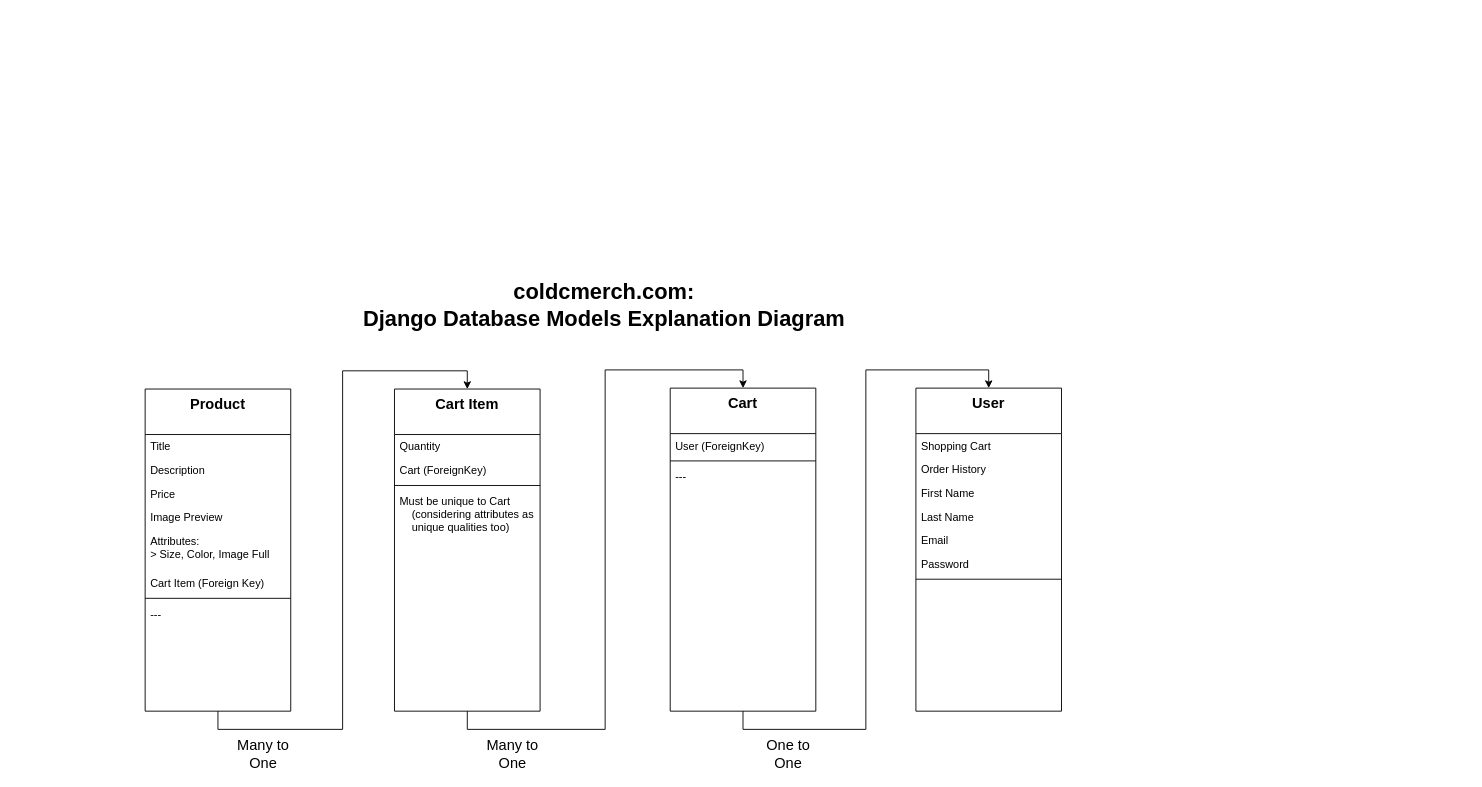
Before: readme_img/Untitled Diagram.drawio in CoreyWarren/coldcmerch.com, a draw.io diagram. Source tidied: cells renumbered, new cells numbered last; positions are measured from the earlier drawing's top-left corner, leaving out a move shared by most shapes. Both pictures are drawn from the tidied source at 91%, with x=0, y=0 at pixel (145, 287).
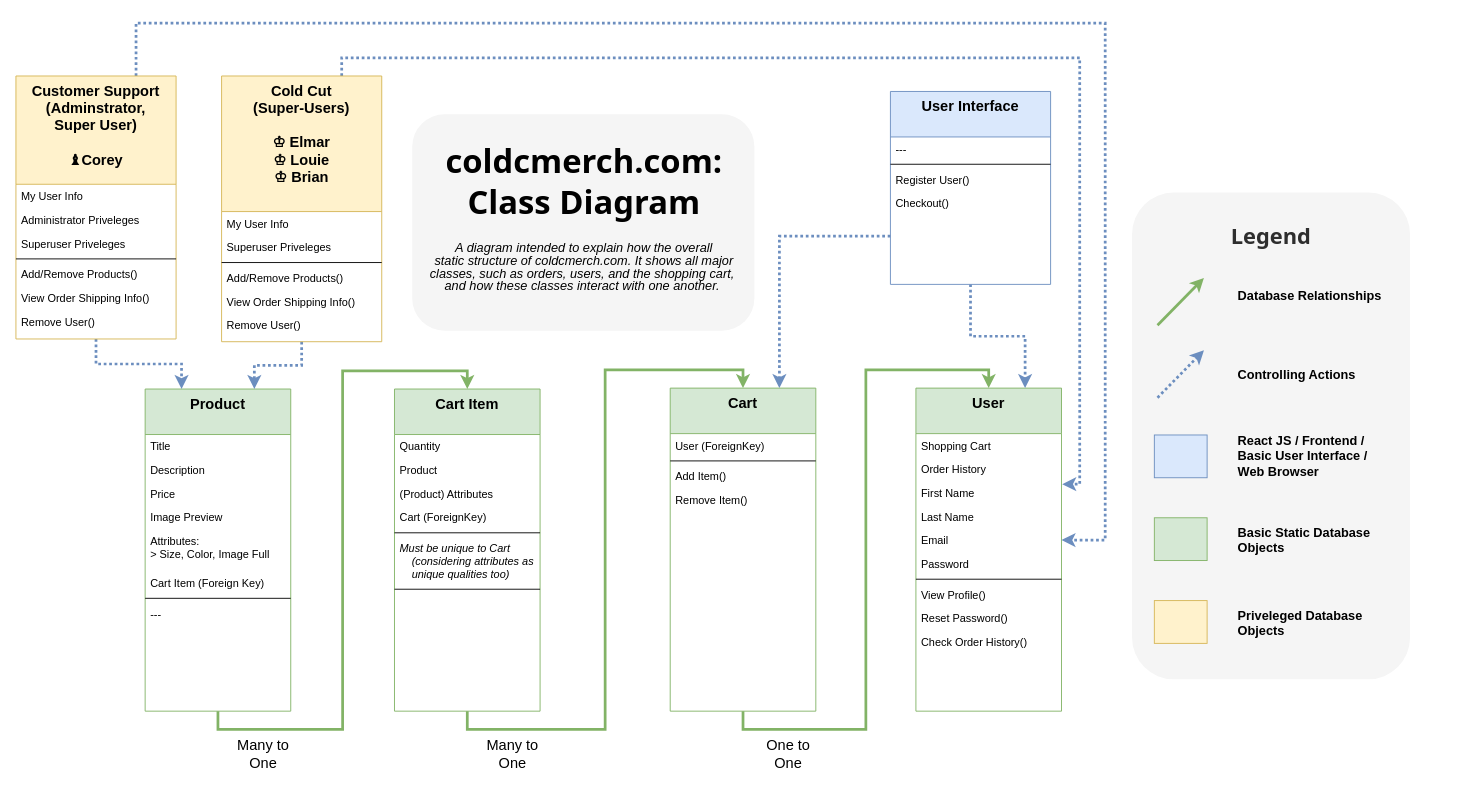
After the change.

The change refers to these unchanged cells:
```xml
<mxCell id="21" value="First Name" style="text;align=left;verticalAlign=top;spacingLeft=4;spacingRight=4;overflow=hidden;points=[[0,0.5],[1,0.5]];portConstraint=eastwest;" parent="18" vertex="1">
  <mxGeometry y="102" width="160" height="26" as="geometry" />
</mxCell>
<mxCell id="23" value="Email" style="text;align=left;verticalAlign=top;spacingLeft=4;spacingRight=4;overflow=hidden;points=[[0,0.5],[1,0.5]];portConstraint=eastwest;" parent="18" vertex="1">
  <mxGeometry y="154" width="160" height="26" as="geometry" />
</mxCell>
```

The edit, as a diff of the source:
```diff
@@
+    <mxCell id="35" style="rounded=1;whiteSpace=wrap;html=1;fontSize=14;fillColor=#f5f5f5;strokeColor=none;fontColor=#333333;" parent="1" vertex="1">
+      <mxGeometry x="1084.5" y="-104" width="305.5" height="535" as="geometry" />
+    </mxCell>
+    <mxCell id="36" style="rounded=1;whiteSpace=wrap;html=1;fontSize=14;fillColor=#f5f5f5;strokeColor=none;fontColor=#333333;" parent="1" vertex="1">
+      <mxGeometry x="293.5" y="-190" width="376" height="238" as="geometry" />
+    </mxCell>
-    <mxCell id="2" style="edgeStyle=orthogonalEdgeStyle;rounded=0;jettySize=auto;html=1;exitX=0.5;exitY=1;exitDx=0;exitDy=0;entryX=0.5;entryY=0;entryDx=0;entryDy=0;fontSize=16;" parent="1" edge="1" source="3" target="27">
+    <mxCell id="2" style="edgeStyle=orthogonalEdgeStyle;rounded=0;jettySize=auto;html=1;exitX=0.5;exitY=1;exitDx=0;exitDy=0;entryX=0.5;entryY=0;entryDx=0;entryDy=0;fontSize=16;fillColor=#d5e8d4;strokeColor=#82b366;strokeWidth=3;" parent="1" edge="1" source="3" target="27">
       <mxGeometry relative="1" as="geometry" />
     </mxCell>
-    <mxCell id="3" value="Cart Item" style="swimlane;fontStyle=1;align=center;verticalAlign=top;horizontal=1;startSize=50;rounded=0;shadow=0;strokeWidth=1;fontSize=16;" parent="1" vertex="1">
+    <mxCell id="3" value="Cart Item" style="swimlane;fontStyle=1;align=center;verticalAlign=top;horizontal=1;startSize=50;rounded=0;shadow=0;strokeWidth=1;fontSize=16;fillColor=#d5e8d4;strokeColor=#82b366;" parent="1" vertex="1">
       <mxGeometry x="274" y="112" width="160" height="354" as="geometry" />
     </mxCell>
@@
+    <mxCell id="37" value="Product" style="text;align=left;verticalAlign=top;spacingLeft=4;spacingRight=4;overflow=hidden;rounded=0;shadow=0;html=0;" parent="3" vertex="1">
+      <mxGeometry y="76" width="160" height="26" as="geometry" />
+    </mxCell>
+    <mxCell id="38" value="(Product) Attributes" style="text;align=left;verticalAlign=top;spacingLeft=4;spacingRight=4;overflow=hidden;rounded=0;shadow=0;html=0;" parent="3" vertex="1">
+      <mxGeometry y="102" width="160" height="26" as="geometry" />
+    </mxCell>
     <mxCell id="5" value="Cart (ForeignKey)" style="text;align=left;verticalAlign=top;spacingLeft=4;spacingRight=4;overflow=hidden;" parent="3" vertex="1">
-      <mxGeometry y="76" width="160" height="26" as="geometry" />
+      <mxGeometry y="128" width="160" height="26" as="geometry" />
     </mxCell>
     <mxCell id="6" style="line;html=1;strokeWidth=1;align=left;verticalAlign=middle;spacingTop=-1;spacingLeft=3;spacingRight=3;labelPosition=right;" parent="3" vertex="1">
-      <mxGeometry y="102" width="160" height="8" as="geometry" />
+      <mxGeometry y="154" width="160" height="8" as="geometry" />
     </mxCell>
-    <mxCell id="7" value="Must be unique to Cart &#10;    (considering attributes as&#10;    unique qualities too)" style="text;align=left;verticalAlign=top;spacingLeft=4;spacingRight=4;overflow=hidden;" parent="3" vertex="1">
-      <mxGeometry y="110" width="160" height="54" as="geometry" />
+    <mxCell id="7" value="Must be unique to Cart &#10;    (considering attributes as&#10;    unique qualities too)" style="text;align=left;verticalAlign=top;spacingLeft=4;spacingRight=4;overflow=hidden;fontStyle=2;" parent="3" vertex="1">
+      <mxGeometry y="162" width="160" height="54" as="geometry" />
     </mxCell>
+    <mxCell id="39" style="line;html=1;strokeWidth=1;align=left;verticalAlign=middle;spacingTop=-1;spacingLeft=3;spacingRight=3;labelPosition=right;" parent="3" vertex="1">
+      <mxGeometry y="216" width="160" height="8" as="geometry" />
+    </mxCell>
-    <mxCell id="8" style="edgeStyle=orthogonalEdgeStyle;rounded=0;jettySize=auto;html=1;exitX=0.5;exitY=1;exitDx=0;exitDy=0;entryX=0.5;entryY=0;entryDx=0;entryDy=0;fontSize=16;" parent="1" edge="1" source="9" target="3">
+    <mxCell id="8" style="edgeStyle=orthogonalEdgeStyle;rounded=0;jettySize=auto;html=1;exitX=0.5;exitY=1;exitDx=0;exitDy=0;entryX=0.5;entryY=0;entryDx=0;entryDy=0;fontSize=16;fillColor=#d5e8d4;strokeColor=#82b366;strokeWidth=3;" parent="1" edge="1" source="9" target="3">
       <mxGeometry relative="1" as="geometry" />
     </mxCell>
-    <mxCell id="9" value="Product" style="swimlane;fontStyle=1;align=center;verticalAlign=top;horizontal=1;startSize=50;rounded=0;shadow=0;strokeWidth=1;fontSize=16;" parent="1" vertex="1">
+    <mxCell id="9" value="Product" style="swimlane;fontStyle=1;align=center;verticalAlign=top;horizontal=1;startSize=50;rounded=0;shadow=0;strokeWidth=1;fontSize=16;fillColor=#d5e8d4;strokeColor=#82b366;" parent="1" vertex="1">
       <mxGeometry y="112" width="160" height="354" as="geometry" />
     </mxCell>
@@
-    <mxCell id="18" value="User" style="swimlane;fontStyle=1;align=center;verticalAlign=top;horizontal=1;startSize=50;rounded=0;shadow=0;strokeWidth=1;fontSize=16;" parent="1" vertex="1">
+    <mxCell id="18" value="User" style="swimlane;fontStyle=1;align=center;verticalAlign=top;horizontal=1;startSize=50;rounded=0;shadow=0;strokeWidth=1;fontSize=16;fillColor=#d5e8d4;strokeColor=#82b366;" parent="1" vertex="1">
       <mxGeometry x="847" y="111" width="160" height="355" as="geometry" />
     </mxCell>
@@
+    <mxCell id="40" value="View Profile()" style="text;align=left;verticalAlign=top;spacingLeft=4;spacingRight=4;overflow=hidden;" parent="18" vertex="1">
+      <mxGeometry y="214" width="160" height="26" as="geometry" />
+    </mxCell>
+    <mxCell id="41" value="Reset Password()" style="text;align=left;verticalAlign=top;spacingLeft=4;spacingRight=4;overflow=hidden;" parent="18" vertex="1">
+      <mxGeometry y="240" width="160" height="26" as="geometry" />
+    </mxCell>
+    <mxCell id="42" value="Check Order History()" style="text;align=left;verticalAlign=top;spacingLeft=4;spacingRight=4;overflow=hidden;" parent="18" vertex="1">
+      <mxGeometry y="266" width="160" height="26" as="geometry" />
+    </mxCell>
-    <mxCell id="26" style="edgeStyle=orthogonalEdgeStyle;rounded=0;jettySize=auto;html=1;exitX=0.5;exitY=1;exitDx=0;exitDy=0;entryX=0.5;entryY=0;entryDx=0;entryDy=0;fontSize=16;" parent="1" edge="1" source="27" target="18">
+    <mxCell id="26" style="edgeStyle=orthogonalEdgeStyle;rounded=0;jettySize=auto;html=1;exitX=0.5;exitY=1;exitDx=0;exitDy=0;entryX=0.5;entryY=0;entryDx=0;entryDy=0;fontSize=16;fillColor=#d5e8d4;strokeColor=#82b366;strokeWidth=3;" parent="1" edge="1" source="27" target="18">
       <mxGeometry relative="1" as="geometry" />
     </mxCell>
-    <mxCell id="27" value="Cart" style="swimlane;fontStyle=1;align=center;verticalAlign=top;horizontal=1;startSize=50;rounded=0;shadow=0;strokeWidth=1;fontSize=16;" parent="1" vertex="1">
+    <mxCell id="27" value="Cart" style="swimlane;fontStyle=1;align=center;verticalAlign=top;horizontal=1;startSize=50;rounded=0;shadow=0;strokeWidth=1;fontSize=16;fillColor=#d5e8d4;strokeColor=#82b366;" parent="1" vertex="1">
       <mxGeometry x="577" y="111" width="160" height="355" as="geometry" />
     </mxCell>
@@
-    <mxCell id="30" value="---" style="text;align=left;verticalAlign=top;spacingLeft=4;spacingRight=4;overflow=hidden;" parent="27" vertex="1">
-      <mxGeometry y="84" width="160" height="26" as="geometry" />
-    </mxCell>
+    <mxCell id="43" value="Add Item()" style="text;align=left;verticalAlign=top;spacingLeft=4;spacingRight=4;overflow=hidden;" parent="27" vertex="1">
+      <mxGeometry y="84" width="160" height="26" as="geometry" />
+    </mxCell>
+    <mxCell id="44" value="Remove Item()" style="text;align=left;verticalAlign=top;spacingLeft=4;spacingRight=4;overflow=hidden;" parent="27" vertex="1">
+      <mxGeometry y="110" width="160" height="26" as="geometry" />
+    </mxCell>
@@
-    <mxCell id="34" value="coldcmerch.com:&lt;br&gt;Django Database Models Explanation Diagram" style="text;strokeColor=none;fillColor=none;html=1;fontSize=24;fontStyle=1;verticalAlign=middle;align=center;" parent="1" vertex="1">
-      <mxGeometry x="289" width="430" height="40" as="geometry" />
+    <mxCell id="34" value="&lt;font style=&quot;font-size: 36px;&quot;&gt;&lt;font style=&quot;font-size: 36px;&quot; face=&quot;Tahoma&quot;&gt;coldcmerch.com:&lt;br&gt;Class Diagram&lt;/font&gt;&lt;br&gt;&lt;/font&gt;" style="text;strokeColor=none;fillColor=none;html=1;fontSize=24;fontStyle=1;verticalAlign=middle;align=center;" parent="1" vertex="1">
+      <mxGeometry x="267" y="-168" width="429" height="103" as="geometry" />
     </mxCell>
+    <mxCell id="45" style="edgeStyle=orthogonalEdgeStyle;rounded=0;jettySize=auto;html=1;exitX=0.5;exitY=1;exitDx=0;exitDy=0;entryX=0.25;entryY=0;entryDx=0;entryDy=0;fontSize=32;fillColor=#dae8fc;strokeColor=#6c8ebf;strokeWidth=3;dashed=1;dashPattern=1 1;" parent="1" edge="1" source="47" target="9">
+      <mxGeometry relative="1" as="geometry" />
+    </mxCell>
+    <mxCell id="46" style="edgeStyle=orthogonalEdgeStyle;rounded=0;jettySize=auto;html=1;exitX=0.75;exitY=0;exitDx=0;exitDy=0;entryX=1;entryY=0.5;entryDx=0;entryDy=0;fontSize=32;fillColor=#dae8fc;strokeColor=#6c8ebf;strokeWidth=3;dashed=1;dashPattern=1 1;" parent="1" edge="1" source="47" target="23">
+      <mxGeometry relative="1" as="geometry">
+        <Array as="points">
+          <mxPoint x="-10" y="-290" />
+          <mxPoint x="1055" y="-290" />
+          <mxPoint x="1055" y="278" />
+        </Array>
+      </mxGeometry>
+    </mxCell>
+    <mxCell id="47" value="Customer Support&#10;(Adminstrator,&#10;Super User)&#10;&#10;♝Corey" style="swimlane;fontStyle=1;align=center;verticalAlign=top;horizontal=1;startSize=119;rounded=0;shadow=0;strokeWidth=1;fontSize=16;fillColor=#fff2cc;strokeColor=#d6b656;" parent="1" vertex="1">
+      <mxGeometry x="-142" y="-232" width="176" height="289" as="geometry" />
+    </mxCell>
+    <mxCell id="48" value="My User Info" style="text;align=left;verticalAlign=top;spacingLeft=4;spacingRight=4;overflow=hidden;" parent="47" vertex="1">
+      <mxGeometry y="119" width="176" height="26" as="geometry" />
+    </mxCell>
+    <mxCell id="49" value="Administrator Priveleges" style="text;align=left;verticalAlign=top;spacingLeft=4;spacingRight=4;overflow=hidden;" parent="47" vertex="1">
+      <mxGeometry y="145" width="176" height="26" as="geometry" />
+    </mxCell>
+    <mxCell id="50" value="Superuser Priveleges" style="text;align=left;verticalAlign=top;spacingLeft=4;spacingRight=4;overflow=hidden;" parent="47" vertex="1">
+      <mxGeometry y="171" width="176" height="26" as="geometry" />
+    </mxCell>
+    <mxCell id="51" style="line;html=1;strokeWidth=1;align=left;verticalAlign=middle;spacingTop=-1;spacingLeft=3;spacingRight=3;labelPosition=right;" parent="47" vertex="1">
+      <mxGeometry y="197" width="176" height="8" as="geometry" />
+    </mxCell>
+    <mxCell id="52" value="Add/Remove Products()" style="text;align=left;verticalAlign=top;spacingLeft=4;spacingRight=4;overflow=hidden;" parent="47" vertex="1">
+      <mxGeometry y="205" width="176" height="26" as="geometry" />
+    </mxCell>
+    <mxCell id="53" value="View Order Shipping Info()" style="text;align=left;verticalAlign=top;spacingLeft=4;spacingRight=4;overflow=hidden;" parent="47" vertex="1">
+      <mxGeometry y="231" width="176" height="26" as="geometry" />
+    </mxCell>
+    <mxCell id="54" value="Remove User()" style="text;align=left;verticalAlign=top;spacingLeft=4;spacingRight=4;overflow=hidden;" parent="47" vertex="1">
+      <mxGeometry y="257" width="176" height="26" as="geometry" />
+    </mxCell>
+    <mxCell id="55" style="edgeStyle=orthogonalEdgeStyle;rounded=0;jettySize=auto;html=1;exitX=0;exitY=0.75;exitDx=0;exitDy=0;entryX=0.75;entryY=0;entryDx=0;entryDy=0;fontSize=32;fillColor=#dae8fc;strokeColor=#6c8ebf;dashed=1;dashPattern=1 1;strokeWidth=3;" parent="1" edge="1" source="57" target="27">
+      <mxGeometry relative="1" as="geometry" />
+    </mxCell>
+    <mxCell id="56" style="edgeStyle=orthogonalEdgeStyle;rounded=0;jettySize=auto;html=1;exitX=0.5;exitY=1;exitDx=0;exitDy=0;entryX=0.75;entryY=0;entryDx=0;entryDy=0;fontSize=32;fillColor=#dae8fc;strokeColor=#6c8ebf;dashed=1;dashPattern=1 1;strokeWidth=3;" parent="1" edge="1" source="57" target="18">
+      <mxGeometry relative="1" as="geometry" />
+    </mxCell>
+    <mxCell id="57" value="User Interface" style="swimlane;fontStyle=1;align=center;verticalAlign=top;horizontal=1;startSize=50;rounded=0;shadow=0;strokeWidth=1;fontSize=16;fillColor=#dae8fc;strokeColor=#6c8ebf;" parent="1" vertex="1">
+      <mxGeometry x="819" y="-215" width="176" height="212" as="geometry" />
+    </mxCell>
+    <mxCell id="58" value="---" style="text;align=left;verticalAlign=top;spacingLeft=4;spacingRight=4;overflow=hidden;" parent="57" vertex="1">
+      <mxGeometry y="50" width="176" height="26" as="geometry" />
+    </mxCell>
+    <mxCell id="59" style="line;html=1;strokeWidth=1;align=left;verticalAlign=middle;spacingTop=-1;spacingLeft=3;spacingRight=3;labelPosition=right;" parent="57" vertex="1">
+      <mxGeometry y="76" width="176" height="8" as="geometry" />
+    </mxCell>
+    <mxCell id="60" value="Register User()" style="text;align=left;verticalAlign=top;spacingLeft=4;spacingRight=4;overflow=hidden;" parent="57" vertex="1">
+      <mxGeometry y="84" width="176" height="26" as="geometry" />
+    </mxCell>
+    <mxCell id="30" value="Checkout()" style="text;align=left;verticalAlign=top;spacingLeft=4;spacingRight=4;overflow=hidden;" parent="57" vertex="1">
+      <mxGeometry y="110" width="176" height="26" as="geometry" />
+    </mxCell>
+    <mxCell id="61" style="edgeStyle=orthogonalEdgeStyle;rounded=0;jettySize=auto;html=1;exitX=0.5;exitY=1;exitDx=0;exitDy=0;entryX=0.75;entryY=0;entryDx=0;entryDy=0;fontSize=32;fillColor=#dae8fc;strokeColor=#6c8ebf;strokeWidth=3;dashed=1;dashPattern=1 1;" parent="1" edge="1" source="63" target="9">
+      <mxGeometry relative="1" as="geometry" />
+    </mxCell>
+    <mxCell id="62" style="edgeStyle=orthogonalEdgeStyle;rounded=0;jettySize=auto;html=1;exitX=0.75;exitY=0;exitDx=0;exitDy=0;entryX=1.005;entryY=0.14;entryDx=0;entryDy=0;entryPerimeter=0;fontSize=32;fillColor=#dae8fc;strokeColor=#6c8ebf;strokeWidth=3;dashed=1;dashPattern=1 1;" parent="1" edge="1" source="63" target="21">
+      <mxGeometry relative="1" as="geometry" />
+    </mxCell>
+    <mxCell id="63" value="Cold Cut&#10;(Super-Users)&#10;&#10;♔ Elmar&#10;♔ Louie&#10;♔ Brian" style="swimlane;fontStyle=1;align=center;verticalAlign=top;horizontal=1;startSize=149;rounded=0;shadow=0;strokeWidth=1;fontSize=16;fillColor=#fff2cc;strokeColor=#d6b656;" parent="1" vertex="1">
+      <mxGeometry x="84" y="-232" width="176" height="292" as="geometry" />
+    </mxCell>
+    <mxCell id="64" value="My User Info" style="text;align=left;verticalAlign=top;spacingLeft=4;spacingRight=4;overflow=hidden;" parent="63" vertex="1">
+      <mxGeometry y="149" width="176" height="26" as="geometry" />
+    </mxCell>
+    <mxCell id="65" value="Superuser Priveleges" style="text;align=left;verticalAlign=top;spacingLeft=4;spacingRight=4;overflow=hidden;" parent="63" vertex="1">
+      <mxGeometry y="175" width="176" height="26" as="geometry" />
+    </mxCell>
+    <mxCell id="66" style="line;html=1;strokeWidth=1;align=left;verticalAlign=middle;spacingTop=-1;spacingLeft=3;spacingRight=3;labelPosition=right;" parent="63" vertex="1">
+      <mxGeometry y="201" width="176" height="8" as="geometry" />
+    </mxCell>
+    <mxCell id="67" value="Add/Remove Products()" style="text;align=left;verticalAlign=top;spacingLeft=4;spacingRight=4;overflow=hidden;" parent="63" vertex="1">
+      <mxGeometry y="209" width="176" height="26" as="geometry" />
+    </mxCell>
+    <mxCell id="68" value="View Order Shipping Info()" style="text;align=left;verticalAlign=top;spacingLeft=4;spacingRight=4;overflow=hidden;" parent="63" vertex="1">
+      <mxGeometry y="235" width="176" height="26" as="geometry" />
+    </mxCell>
+    <mxCell id="69" value="Remove User()" style="text;align=left;verticalAlign=top;spacingLeft=4;spacingRight=4;overflow=hidden;" parent="63" vertex="1">
+      <mxGeometry y="261" width="176" height="26" as="geometry" />
+    </mxCell>
+    <mxCell id="70" value="&lt;font style=&quot;line-height: 0.5; font-size: 14px;&quot;&gt;&lt;div style=&quot;line-height: 1;&quot;&gt;&lt;i&gt;&lt;div style=&quot;line-height: 1;&quot;&gt;A diagram intended to explain how the overall&lt;/div&gt;&lt;div style=&quot;line-height: 1;&quot;&gt;static structure of coldcmerch.com. It shows all major&lt;/div&gt;&lt;div style=&quot;line-height: 1;&quot;&gt;classes, such as orders, users, and the shopping cart,&amp;nbsp;&lt;/div&gt;&lt;div style=&quot;line-height: 1;&quot;&gt;and&amp;nbsp;&lt;span style=&quot;background-color: initial;&quot;&gt;how these classes interact with one another.&amp;nbsp;&lt;/span&gt;&lt;/div&gt;&lt;/i&gt;&lt;/div&gt;&lt;/font&gt;" style="text;html=1;align=center;verticalAlign=middle;strokeColor=none;fillColor=none;fontSize=32;" parent="1" vertex="1">
+      <mxGeometry x="303" y="-57" width="357" height="68" as="geometry" />
+    </mxCell>
+    <mxCell id="71" style="rounded=0;whiteSpace=wrap;html=1;fontSize=14;fillColor=#dae8fc;strokeColor=#6c8ebf;" parent="1" vertex="1">
+      <mxGeometry x="1109" y="162.5" width="58" height="47" as="geometry" />
+    </mxCell>
+    <mxCell id="72" value="&lt;font style=&quot;font-size: 14px;&quot;&gt;&lt;b&gt;React JS / Frontend /&amp;nbsp;&lt;br&gt;Basic User Interface /&lt;br&gt;Web Browser&lt;/b&gt;&lt;/font&gt;" style="text;html=1;align=left;verticalAlign=middle;strokeColor=none;fillColor=none;fontSize=14;" parent="1" vertex="1">
+      <mxGeometry x="1199" y="155" width="161" height="62" as="geometry" />
+    </mxCell>
+    <mxCell id="73" style="rounded=0;whiteSpace=wrap;html=1;fontSize=14;fillColor=#d5e8d4;strokeColor=#82b366;" parent="1" vertex="1">
+      <mxGeometry x="1109" y="253.5" width="58" height="47" as="geometry" />
+    </mxCell>
+    <mxCell id="74" style="rounded=0;whiteSpace=wrap;html=1;fontSize=14;fillColor=#fff2cc;strokeColor=#d6b656;" parent="1" vertex="1">
+      <mxGeometry x="1109" y="344.5" width="58" height="47" as="geometry" />
+    </mxCell>
+    <mxCell id="75" value="&lt;b&gt;Basic Static Database&lt;br&gt;Objects&lt;br&gt;&lt;/b&gt;" style="text;html=1;align=left;verticalAlign=middle;strokeColor=none;fillColor=none;fontSize=14;" parent="1" vertex="1">
+      <mxGeometry x="1199" y="254.5" width="164" height="46" as="geometry" />
+    </mxCell>
+    <mxCell id="76" value="&lt;b&gt;Priveleged Database&amp;nbsp;&lt;br&gt;Objects&lt;br&gt;&lt;/b&gt;" style="text;html=1;align=left;verticalAlign=middle;strokeColor=none;fillColor=none;fontSize=14;" parent="1" vertex="1">
+      <mxGeometry x="1199" y="345.5" width="159" height="46" as="geometry" />
+    </mxCell>
+    <mxCell id="77" style="endArrow=classic;html=1;rounded=0;strokeWidth=3;fontFamily=Tahoma;fontSize=14;fillColor=#d5e8d4;strokeColor=#82b366;" parent="1" edge="1">
+      <mxGeometry relative="1" as="geometry">
+        <mxPoint x="1112.5" y="42" as="sourcePoint" />
+        <mxPoint x="1163.5" y="-10" as="targetPoint" />
+      </mxGeometry>
+    </mxCell>
+    <mxCell id="78" value="&lt;b&gt;Controlling Actions&lt;br&gt;&lt;/b&gt;" style="text;html=1;align=left;verticalAlign=middle;strokeColor=none;fillColor=none;fontSize=14;" parent="1" vertex="1">
+      <mxGeometry x="1199" y="81" width="147" height="29" as="geometry" />
+    </mxCell>
+    <mxCell id="79" value="&lt;b&gt;Database Relationships&lt;br&gt;&lt;/b&gt;" style="text;html=1;align=left;verticalAlign=middle;strokeColor=none;fillColor=none;fontSize=14;" parent="1" vertex="1">
+      <mxGeometry x="1199" y="-5" width="176" height="29" as="geometry" />
+    </mxCell>
+    <mxCell id="80" value="&lt;font style=&quot;font-size: 36px;&quot;&gt;&lt;font color=&quot;#2e2e2e&quot; style=&quot;font-size: 24px;&quot; face=&quot;Tahoma&quot;&gt;Legend&lt;/font&gt;&lt;br&gt;&lt;/font&gt;" style="text;strokeColor=none;fillColor=none;html=1;fontSize=24;fontStyle=1;verticalAlign=middle;align=center;" parent="1" vertex="1">
+      <mxGeometry x="1022.8" y="-112" width="429" height="103" as="geometry" />
+    </mxCell>
+    <mxCell id="81" style="endArrow=classic;html=1;rounded=0;strokeWidth=3;fontFamily=Tahoma;fontSize=14;fillColor=#dae8fc;strokeColor=#6C8EBF;dashed=1;dashPattern=1 1;" parent="1" edge="1">
+      <mxGeometry relative="1" as="geometry">
+        <mxPoint x="1112.5" y="121.5" as="sourcePoint" />
+        <mxPoint x="1163.5" y="69.5" as="targetPoint" />
+      </mxGeometry>
+    </mxCell>
```
